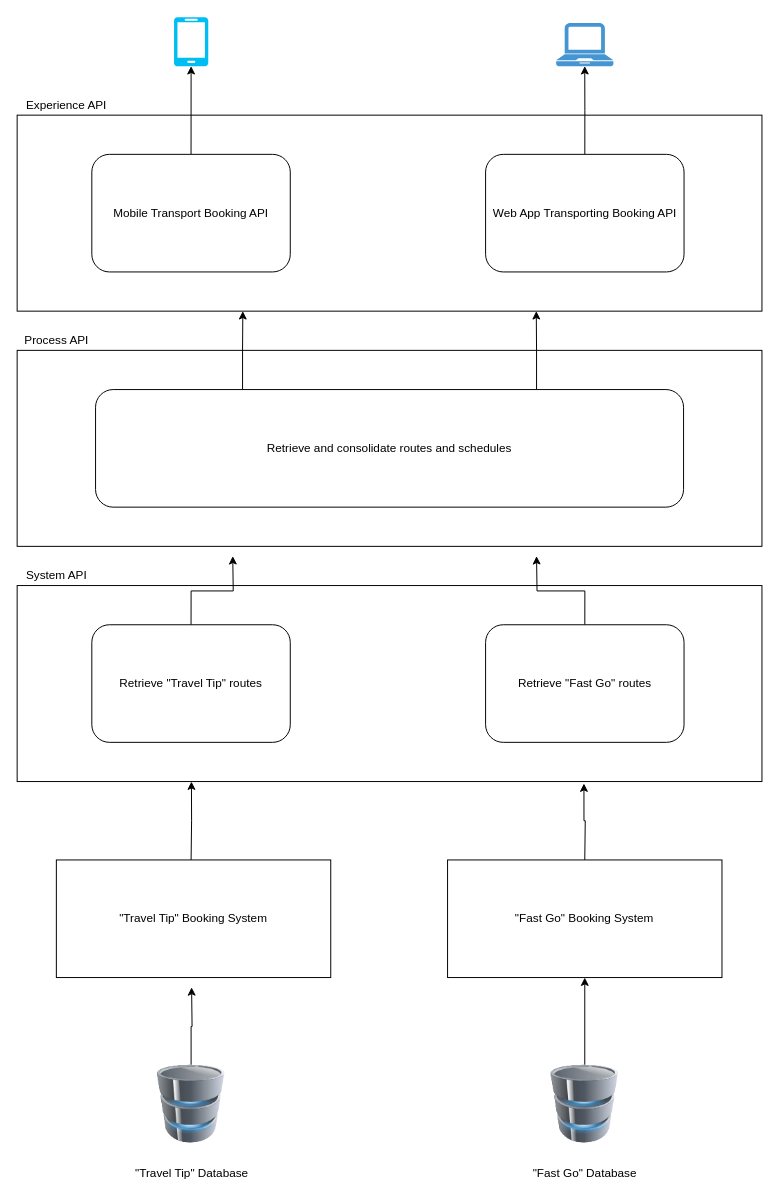
Before: Untitled Diagram.drawio in busugu2018/TripEasy, a draw.io diagram. Source tidied: cells renumbered, new cells numbered last; positions are measured from the earlier drawing's top-left corner, leaving out a move shared by most shapes. Both pictures are drawn from the tidied source at 98%, with x=0, y=0 at pixel (17, 17).
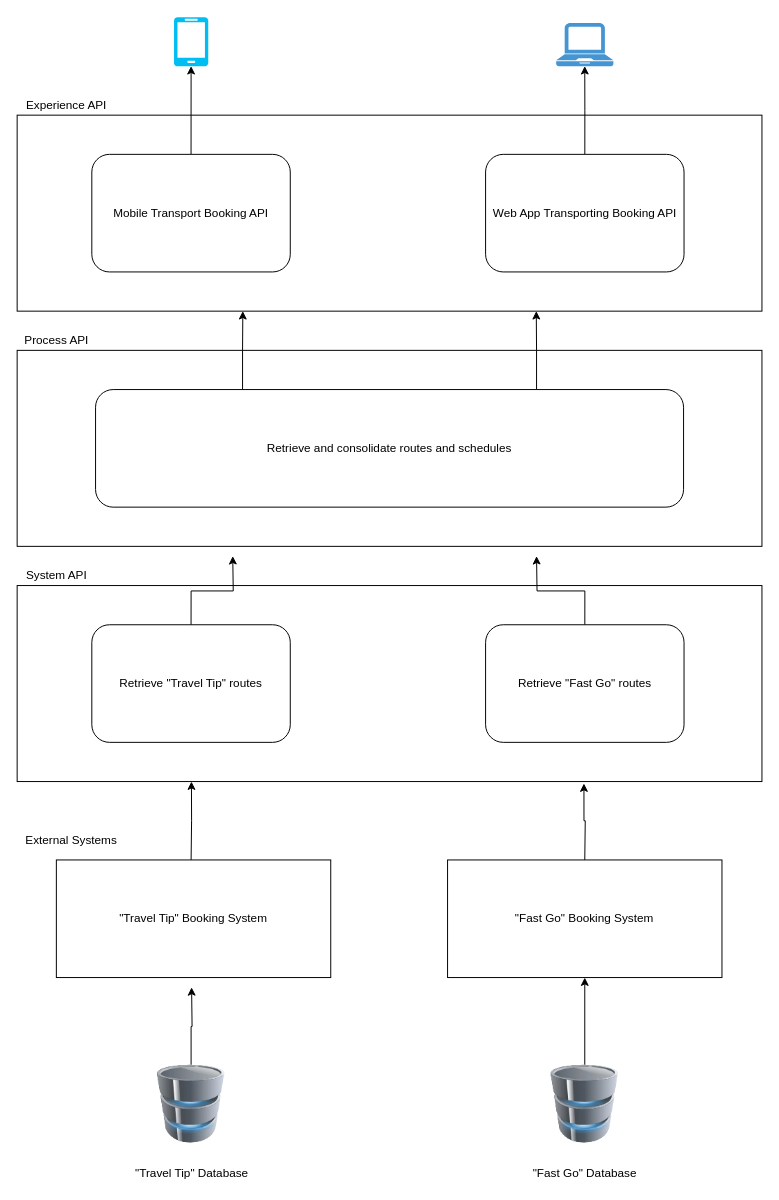
Above is the later version.

Commit message:
Update API Landscape of Trip Easy Diagram.drawio

Diff of the diagram source:
```diff
@@
+    <mxCell id="31" value="External Systems" style="text;html=1;align=center;verticalAlign=middle;strokeColor=none;fillColor=none;" parent="1" vertex="1">
+      <mxGeometry y="830" width="110" height="20" as="geometry" />
+    </mxCell>
```
